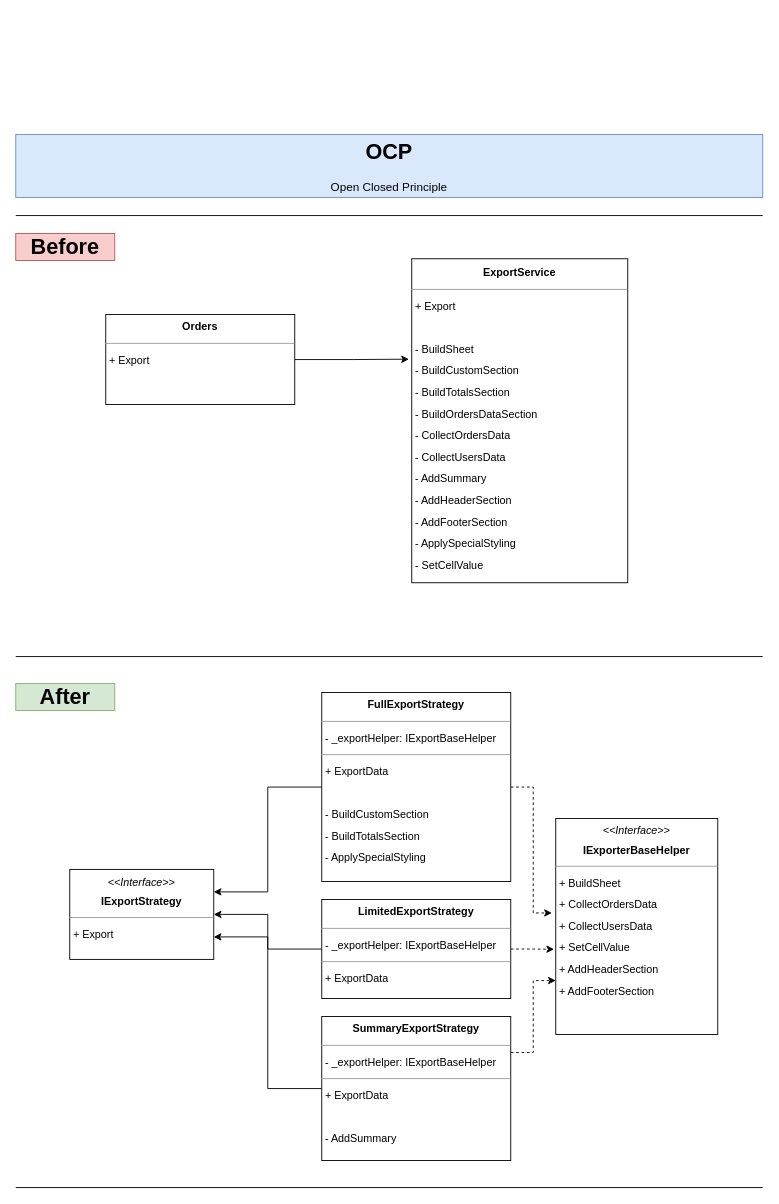
svilenp/Principles keeps this draw.io diagram as Diagrams/OCP.drawio. Above is the earlier version. Source tidied: cells renumbered, new cells numbered last; positions are measured from the earlier drawing's top-left corner, leaving out a move shared by most shapes. Both pictures are drawn from the tidied source at 90%, with x=0, y=0 at pixel (15, 134).
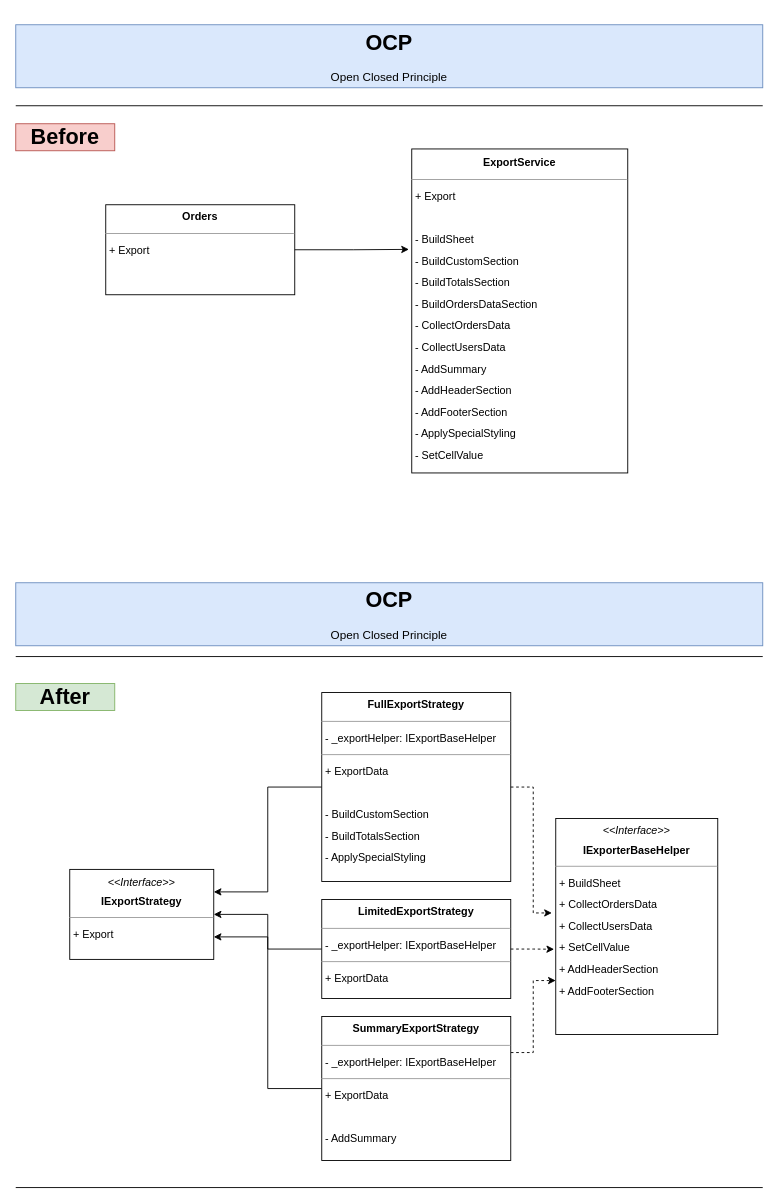
After the change.

What changed in the source:
```diff
@@
     <mxCell id="2" value="&lt;h1 style=&quot;&quot;&gt;OCP&lt;/h1&gt;&lt;p style=&quot;font-size: 13px;&quot;&gt;Open Closed Principle&lt;/p&gt;" style="text;html=1;strokeColor=#6c8ebf;fillColor=#dae8fc;spacing=5;spacingTop=-20;whiteSpace=wrap;overflow=hidden;rounded=0;align=center;" parent="1" vertex="1">
-      <mxGeometry width="830" height="70" as="geometry" />
+      <mxGeometry y="-122" width="830" height="70" as="geometry" />
     </mxCell>
     <mxCell id="3" value="&lt;h1&gt;Before&lt;/h1&gt;" style="text;html=1;strokeColor=#b85450;fillColor=#f8cecc;align=center;verticalAlign=middle;whiteSpace=wrap;rounded=0;" parent="1" vertex="1">
-      <mxGeometry y="110" width="110" height="30" as="geometry" />
+      <mxGeometry y="-12" width="110" height="30" as="geometry" />
     </mxCell>
@@
     <mxCell id="5" value="&lt;p style=&quot;text-align: center; margin: 4px 0px 0px; line-height: 200%;&quot;&gt;&lt;b&gt;ExportService           &lt;/b&gt;&lt;br&gt;&lt;/p&gt;&lt;hr style=&quot;line-height: 200%;&quot; size=&quot;1&quot;&gt;&lt;p style=&quot;margin: 0px 0px 0px 4px; line-height: 200%;&quot;&gt;&lt;span style=&quot;background-color: initial;&quot;&gt;+ Export&lt;/span&gt;&lt;br&gt;&lt;/p&gt;&lt;p style=&quot;margin: 0px 0px 0px 4px; line-height: 200%;&quot;&gt;&lt;span style=&quot;background-color: initial;&quot;&gt;&lt;br&gt;&lt;/span&gt;&lt;/p&gt;&lt;p style=&quot;margin: 0px 0px 0px 4px; line-height: 200%;&quot;&gt;&lt;span style=&quot;background-color: initial;&quot;&gt;- BuildSheet&lt;/span&gt;&lt;/p&gt;&lt;p style=&quot;margin: 0px 0px 0px 4px; line-height: 200%;&quot;&gt;&lt;span style=&quot;background-color: initial;&quot;&gt;- BuildCustomSection&lt;/span&gt;&lt;/p&gt;&lt;p style=&quot;margin: 0px 0px 0px 4px; line-height: 200%;&quot;&gt;&lt;span style=&quot;background-color: initial;&quot;&gt;- BuildTotalsSection&lt;/span&gt;&lt;/p&gt;&lt;p style=&quot;margin: 0px 0px 0px 4px; line-height: 200%;&quot;&gt;&lt;span style=&quot;background-color: initial;&quot;&gt;- BuildOrdersDataSection&lt;/span&gt;&lt;/p&gt;&lt;p style=&quot;margin: 0px 0px 0px 4px; line-height: 200%;&quot;&gt;&lt;span style=&quot;background-color: initial;&quot;&gt;- CollectOrdersData&lt;/span&gt;&lt;/p&gt;&lt;p style=&quot;margin: 0px 0px 0px 4px; line-height: 200%;&quot;&gt;&lt;span style=&quot;background-color: initial;&quot;&gt;- CollectUsersData&lt;/span&gt;&lt;/p&gt;&lt;p style=&quot;margin: 0px 0px 0px 4px; line-height: 200%;&quot;&gt;&lt;span style=&quot;background-color: initial;&quot;&gt;- AddSummary&lt;/span&gt;&lt;/p&gt;&lt;p style=&quot;margin: 0px 0px 0px 4px; line-height: 200%;&quot;&gt;&lt;span style=&quot;background-color: initial;&quot;&gt;- AddHeaderSection&lt;/span&gt;&lt;/p&gt;&lt;p style=&quot;margin: 0px 0px 0px 4px; line-height: 200%;&quot;&gt;&lt;span style=&quot;background-color: initial;&quot;&gt;- AddFooterSection&lt;/span&gt;&lt;/p&gt;&lt;p style=&quot;margin: 0px 0px 0px 4px; line-height: 200%;&quot;&gt;&lt;span style=&quot;background-color: initial;&quot;&gt;- ApplySpecialStyling&lt;/span&gt;&lt;/p&gt;&lt;p style=&quot;margin: 0px 0px 0px 4px; line-height: 200%;&quot;&gt;&lt;span style=&quot;background-color: initial;&quot;&gt;- SetCellValue&lt;/span&gt;&lt;/p&gt;" style="verticalAlign=top;align=left;overflow=fill;fontSize=12;fontFamily=Helvetica;html=1;whiteSpace=wrap;" parent="1" vertex="1">
-      <mxGeometry x="440" y="138" width="240" height="360" as="geometry" />
+      <mxGeometry x="440" y="16" width="240" height="360" as="geometry" />
     </mxCell>
     <mxCell id="6" value="&lt;p style=&quot;margin: 4px 0px 0px; text-align: center; line-height: 180%;&quot;&gt;&lt;b&gt;Orders&lt;/b&gt;&lt;br&gt;&lt;/p&gt;&lt;hr style=&quot;line-height: 180%;&quot; size=&quot;1&quot;&gt;&lt;p style=&quot;margin: 0px 0px 0px 4px; line-height: 180%;&quot;&gt;&lt;/p&gt;&lt;p style=&quot;border-color: var(--border-color); margin: 0px 0px 0px 4px; line-height: 24px;&quot;&gt;+ Export&lt;br&gt;&lt;/p&gt;" style="verticalAlign=top;align=left;overflow=fill;fontSize=12;fontFamily=Helvetica;html=1;whiteSpace=wrap;" parent="1" vertex="1">
-      <mxGeometry x="100" y="200" width="210" height="100" as="geometry" />
+      <mxGeometry x="100" y="78" width="210" height="100" as="geometry" />
     </mxCell>
@@
     <mxCell id="12" style="endArrow=none;html=1;rounded=0;" parent="1" edge="1">
       <mxGeometry relative="1" as="geometry">
-        <mxPoint y="90" as="sourcePoint" />
-        <mxPoint x="830" y="90" as="targetPoint" />
+        <mxPoint y="-32" as="sourcePoint" />
+        <mxPoint x="830" y="-32" as="targetPoint" />
       </mxGeometry>
     </mxCell>
@@
+    <mxCell id="22" value="&lt;h1 style=&quot;&quot;&gt;OCP&lt;/h1&gt;&lt;p style=&quot;font-size: 13px;&quot;&gt;Open Closed Principle&lt;/p&gt;" style="text;html=1;strokeColor=#6c8ebf;fillColor=#dae8fc;spacing=5;spacingTop=-20;whiteSpace=wrap;overflow=hidden;rounded=0;align=center;" parent="1" vertex="1">
+      <mxGeometry y="498" width="830" height="70" as="geometry" />
+    </mxCell>
```
